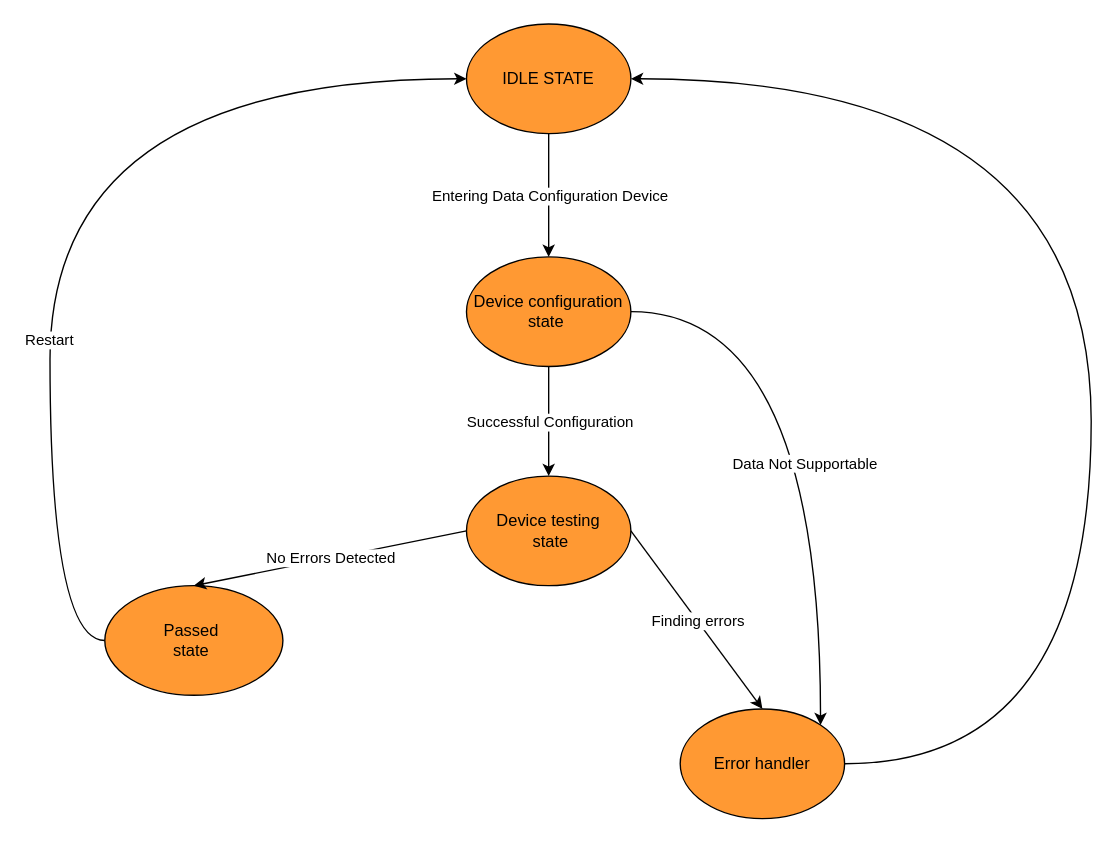
Above: RTDiag/Doc/MainAPP_DOC/FSM_diagram_project.drawio in C-R-Isimm/RT_Diag (draw.io), before the change. Source tidied: cells renumbered, new cells numbered last; positions are measured from the earlier drawing's top-left corner, leaving out a move shared by most shapes. Both pictures are drawn from the tidied source at 137%, with x=0, y=0 at pixel (49, 23).
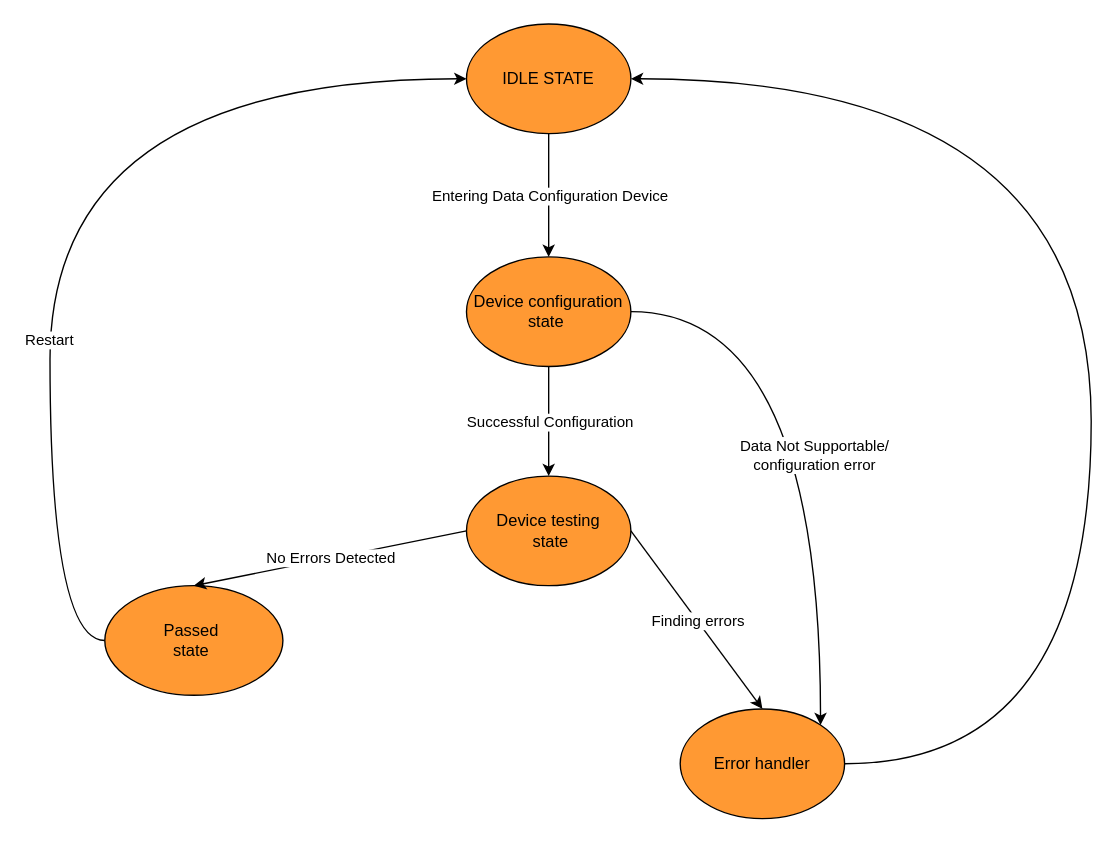
The same page after the edit.

What changed in the source:
```diff
@@
-    <mxCell id="19" value="Data Not Supportable" style="edgeLabel;html=1;align=center;verticalAlign=middle;" parent="1" vertex="1">
-      <mxGeometry x="550" y="320" as="geometry" />
+    <mxCell id="19" value="Data Not Supportable/&lt;div&gt;configuration error&lt;/div&gt;" style="edgeLabel;html=1;align=center;verticalAlign=middle;" parent="1" vertex="1">
+      <mxGeometry x="550" y="320" as="geometry">
+        <mxPoint x="7" y="-6" as="offset" />
+      </mxGeometry>
     </mxCell>
```
